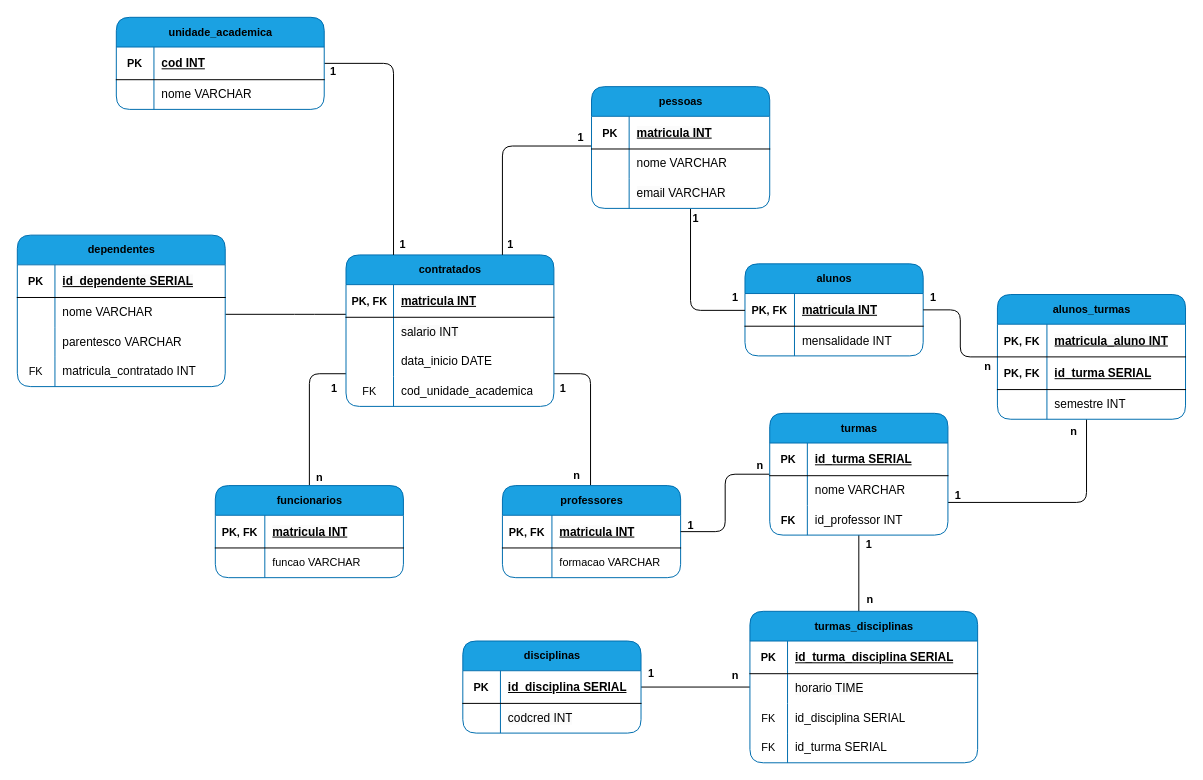
The draw.io diagram projeto-ada.drawio in tamigld/qsd-ada-banco-de-dados, before the edit. Source tidied: cells renumbered, new cells numbered last; positions are measured from the earlier drawing's top-left corner, leaving out a move shared by most shapes. Both pictures are drawn from the tidied source at 99%, with x=0, y=0 at pixel (17, 17).
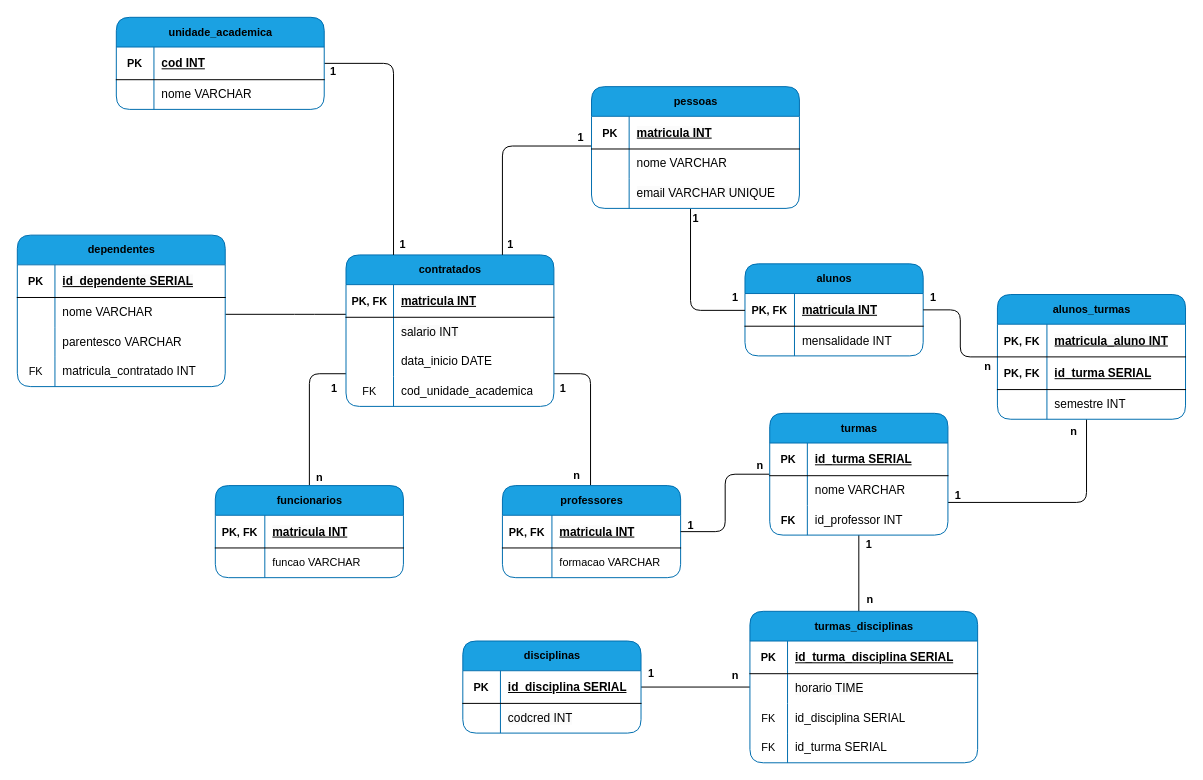
Above is the later version.

Change to the diagram source:
```diff
@@
     <mxCell id="107" value="&lt;font color=&quot;#000000&quot;&gt;pessoas&lt;/font&gt;" style="shape=table;startSize=30;childLayout=tableLayout;rowLines=0;fontStyle=1;align=center;html=1;rounded=1;fontFamily=Helvetica;fontSize=11;labelBackgroundColor=none;perimeterSpacing=0;shadow=0;swimlaneLine=1;swimlaneFillColor=default;fillColor=#1ba1e2;strokeColor=#006EAF;fontColor=#ffffff;verticalAlign=middle;" parent="1" vertex="1">
-      <mxGeometry x="580" y="70" width="180" height="123" as="geometry" />
+      <mxGeometry x="580" y="70" width="210" height="123" as="geometry" />
     </mxCell>
     <mxCell id="108" style="shape=tableRow;horizontal=0;startSize=0;swimlaneHead=0;swimlaneBody=0;fillColor=none;top=0;left=0;right=0;bottom=1;rounded=1;fontFamily=Helvetica;fontSize=11;fontColor=default;labelBackgroundColor=default;shadow=0;strokeColor=default;align=center;verticalAlign=middle;fontStyle=1;" parent="107" vertex="1">
-      <mxGeometry y="30" width="180" height="33" as="geometry" />
+      <mxGeometry y="30" width="210" height="33" as="geometry" />
     </mxCell>
@@
     <mxCell id="110" value="&lt;span style=&quot;font-size: 12px; background-color: rgb(251, 251, 251);&quot;&gt;matricula INT&lt;/span&gt;" style="shape=partialRectangle;fillColor=none;top=0;left=0;bottom=0;right=0;align=left;spacingLeft=6;fontStyle=5;overflow=hidden;whiteSpace=wrap;html=1;rounded=1;fontFamily=Helvetica;fontSize=11;fontColor=default;labelBackgroundColor=default;shadow=0;strokeColor=default;verticalAlign=middle;" parent="108" vertex="1">
-      <mxGeometry x="38" width="142" height="33" as="geometry" />
+      <mxGeometry x="38" width="172" height="33" as="geometry" />
     </mxCell>
     <mxCell id="111" style="shape=tableRow;horizontal=0;startSize=0;swimlaneHead=0;swimlaneBody=0;fillColor=none;top=0;left=0;right=0;bottom=0;rounded=1;fontFamily=Helvetica;fontSize=11;fontColor=default;labelBackgroundColor=default;shadow=0;strokeColor=default;align=center;verticalAlign=middle;fontStyle=1;" parent="107" vertex="1">
-      <mxGeometry y="63" width="180" height="30" as="geometry" />
+      <mxGeometry y="63" width="210" height="30" as="geometry" />
     </mxCell>
@@
     <mxCell id="113" value="&lt;span style=&quot;font-size: 12px; font-weight: 400;&quot;&gt;nome VARCHAR&lt;/span&gt;" style="shape=partialRectangle;fillColor=none;top=0;left=0;bottom=0;right=0;align=left;spacingLeft=6;overflow=hidden;whiteSpace=wrap;html=1;rounded=1;fontFamily=Helvetica;fontSize=11;fontColor=default;labelBackgroundColor=default;shadow=0;strokeColor=default;verticalAlign=middle;fontStyle=1;" parent="111" vertex="1">
-      <mxGeometry x="38" width="142" height="30" as="geometry" />
+      <mxGeometry x="38" width="172" height="30" as="geometry" />
     </mxCell>
     <mxCell id="114" style="shape=tableRow;horizontal=0;startSize=0;swimlaneHead=0;swimlaneBody=0;fillColor=none;top=0;left=0;right=0;bottom=0;rounded=1;fontFamily=Helvetica;fontSize=11;fontColor=default;labelBackgroundColor=default;shadow=0;strokeColor=default;align=center;verticalAlign=middle;fontStyle=1;" parent="107" vertex="1">
-      <mxGeometry y="93" width="180" height="30" as="geometry" />
+      <mxGeometry y="93" width="210" height="30" as="geometry" />
     </mxCell>
@@
-    <mxCell id="116" value="&lt;span style=&quot;font-size: 12px; font-weight: 400; background-color: rgb(251, 251, 251);&quot;&gt;email VARCHAR&lt;/span&gt;" style="shape=partialRectangle;fillColor=none;top=0;left=0;bottom=0;right=0;align=left;spacingLeft=6;overflow=hidden;whiteSpace=wrap;html=1;rounded=1;fontFamily=Helvetica;fontSize=11;fontColor=default;labelBackgroundColor=default;shadow=0;strokeColor=default;verticalAlign=middle;fontStyle=1;" parent="114" vertex="1">
-      <mxGeometry x="38" width="142" height="30" as="geometry" />
+    <mxCell id="116" value="&lt;span style=&quot;font-size: 12px; font-weight: 400; background-color: rgb(251, 251, 251);&quot;&gt;email VARCHAR UNIQUE&lt;/span&gt;" style="shape=partialRectangle;fillColor=none;top=0;left=0;bottom=0;right=0;align=left;spacingLeft=6;overflow=hidden;whiteSpace=wrap;html=1;rounded=1;fontFamily=Helvetica;fontSize=11;fontColor=default;labelBackgroundColor=default;shadow=0;strokeColor=default;verticalAlign=middle;fontStyle=1;" parent="114" vertex="1">
+      <mxGeometry x="38" width="172" height="30" as="geometry" />
     </mxCell>
```
